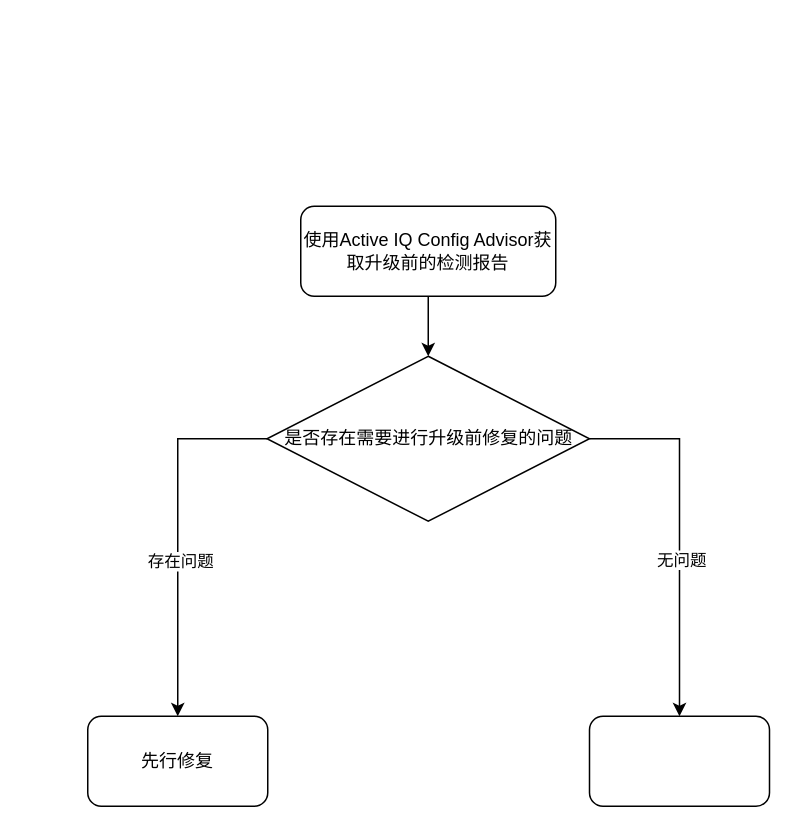
lrAltas/DrwaIO keeps this draw.io diagram as NetApp升级流程图.drawio. Above is the earlier version. Source tidied: cells renumbered, new cells numbered last; positions are measured from the earlier drawing's top-left corner, leaving out a move shared by most shapes. Both pictures are drawn from the tidied source at 150%, with x=0, y=0 at pixel (87, 206).
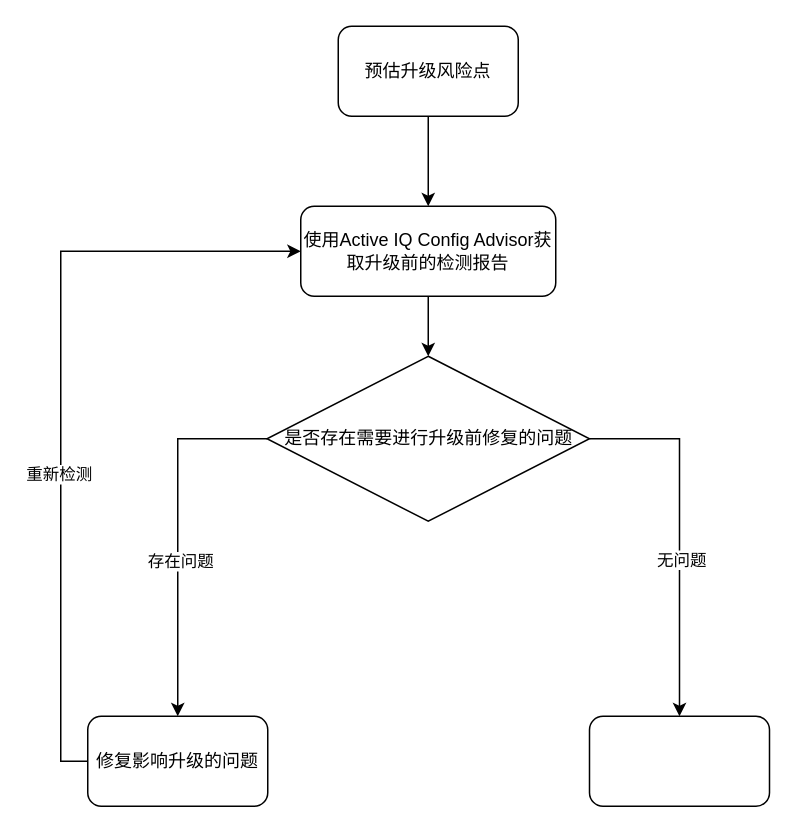
Above is the later version.

Commit message (it also covers changes not shown here):
更新NetApp升级流程图.drawio

What changed in the source:
```diff
@@
 <mxGraphModel>
   <root>
     <mxCell id="0" />
     <mxCell id="1" parent="0" />
     <mxCell id="2" style="edgeStyle=orthogonalEdgeStyle;rounded=0;jettySize=auto;html=1;entryX=0.5;entryY=0;entryDx=0;entryDy=0;" parent="1" edge="1" source="3" target="8">
       <mxGeometry relative="1" as="geometry" />
     </mxCell>
     <mxCell id="3" value="使用Active IQ Config Advisor获取升级前的检测报告" style="rounded=1;whiteSpace=wrap;html=1;" parent="1" vertex="1">
       <mxGeometry x="142" width="170" height="60" as="geometry" />
     </mxCell>
     <mxCell id="4" style="edgeStyle=orthogonalEdgeStyle;rounded=0;jettySize=auto;html=1;exitX=0;exitY=0.5;exitDx=0;exitDy=0;entryX=0.5;entryY=0;entryDx=0;entryDy=0;" parent="1" edge="1" source="8" target="9">
       <mxGeometry relative="1" as="geometry" />
     </mxCell>
     <mxCell id="5" value="存在问题" style="edgeLabel;html=1;align=center;verticalAlign=middle;" parent="4" vertex="1">
       <mxGeometry x="0.15" y="1" relative="1" as="geometry" />
     </mxCell>
     <mxCell id="6" style="edgeStyle=orthogonalEdgeStyle;rounded=0;jettySize=auto;html=1;exitX=1;exitY=0.5;exitDx=0;exitDy=0;entryX=0.5;entryY=0;entryDx=0;entryDy=0;" parent="1" edge="1" source="8" target="10">
       <mxGeometry relative="1" as="geometry" />
     </mxCell>
     <mxCell id="7" value="无问题" style="edgeLabel;html=1;align=center;verticalAlign=middle;" parent="6" vertex="1">
       <mxGeometry x="0.14" y="1" relative="1" as="geometry" />
     </mxCell>
     <mxCell id="8" value="是否存在需要进行升级前修复的问题" style="rhombus;whiteSpace=wrap;html=1;" parent="1" vertex="1">
       <mxGeometry x="119.5" y="100" width="215" height="110" as="geometry" />
     </mxCell>
+    <mxCell id="11" style="edgeStyle=orthogonalEdgeStyle;rounded=0;jettySize=auto;html=1;entryX=0;entryY=0.5;entryDx=0;entryDy=0;" parent="1" edge="1" source="9" target="3">
+      <mxGeometry relative="1" as="geometry">
+        <Array as="points">
+          <mxPoint x="-18" y="370" />
+          <mxPoint x="-18" y="30" />
+        </Array>
+      </mxGeometry>
+    </mxCell>
+    <mxCell id="12" value="重新检测" style="edgeLabel;html=1;align=center;verticalAlign=middle;" parent="11" vertex="1">
+      <mxGeometry x="-0.19" y="2" relative="1" as="geometry" />
+    </mxCell>
-    <mxCell id="9" value="先行修复" style="rounded=1;whiteSpace=wrap;html=1;" parent="1" vertex="1">
+    <mxCell id="9" value="&lt;div&gt;修复影响升级的问题&lt;/div&gt;" style="rounded=1;whiteSpace=wrap;html=1;" parent="1" vertex="1">
       <mxGeometry y="340" width="120" height="60" as="geometry" />
     </mxCell>
     <mxCell id="10" style="rounded=1;whiteSpace=wrap;html=1;" parent="1" vertex="1">
       <mxGeometry x="334.5" y="340" width="120" height="60" as="geometry" />
     </mxCell>
+    <mxCell id="13" style="edgeStyle=orthogonalEdgeStyle;rounded=0;jettySize=auto;html=1;exitX=0.5;exitY=1;exitDx=0;exitDy=0;entryX=0.5;entryY=0;entryDx=0;entryDy=0;" parent="1" edge="1" source="14" target="3">
+      <mxGeometry relative="1" as="geometry" />
+    </mxCell>
+    <mxCell id="14" value="&lt;div&gt;预估升级风险点&lt;/div&gt;" style="rounded=1;whiteSpace=wrap;html=1;" parent="1" vertex="1">
+      <mxGeometry x="167" y="-120" width="120" height="60" as="geometry" />
+    </mxCell>
   </root>
 </mxGraphModel>
```
